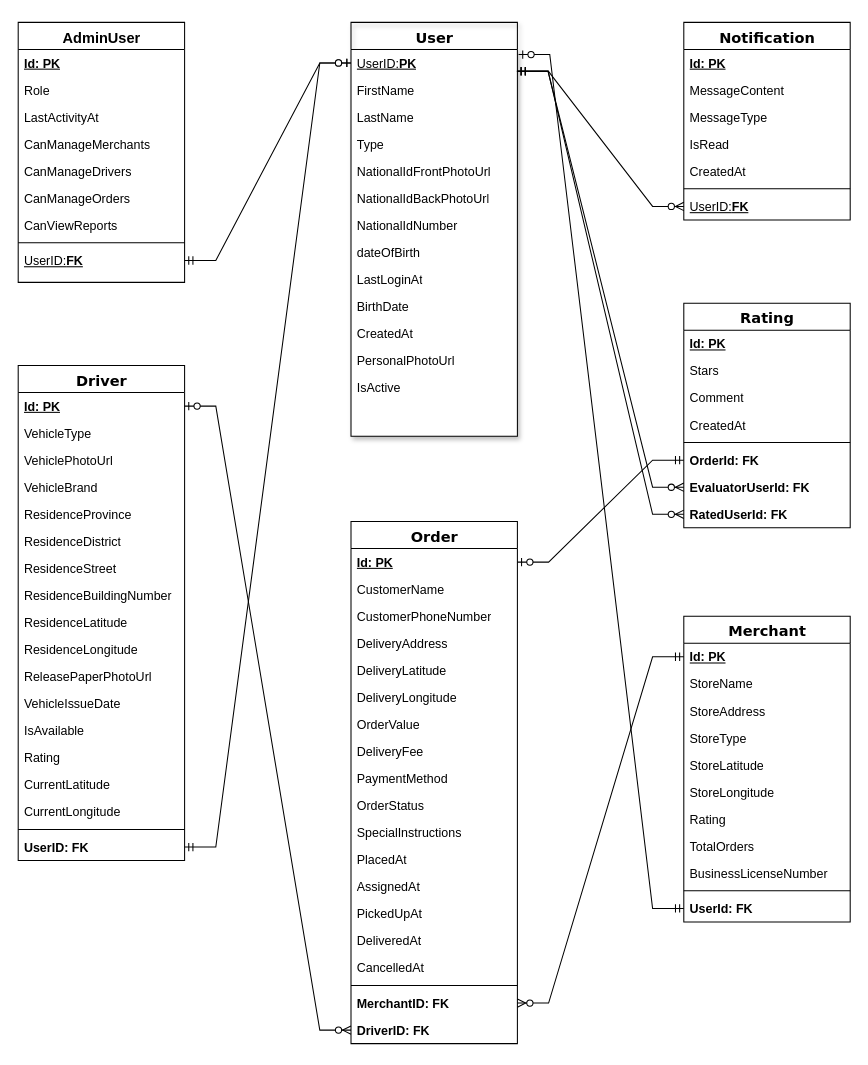
Above: Media/OrderDeliverySchema.drawio in WaelAlfnan/OrderDelivery (draw.io), before the change. Source tidied: cells renumbered, new cells numbered last; positions are measured from the earlier drawing's top-left corner, leaving out a move shared by most shapes. Both pictures are drawn from the tidied source at 104%, with x=0, y=0 at pixel (18, 22).
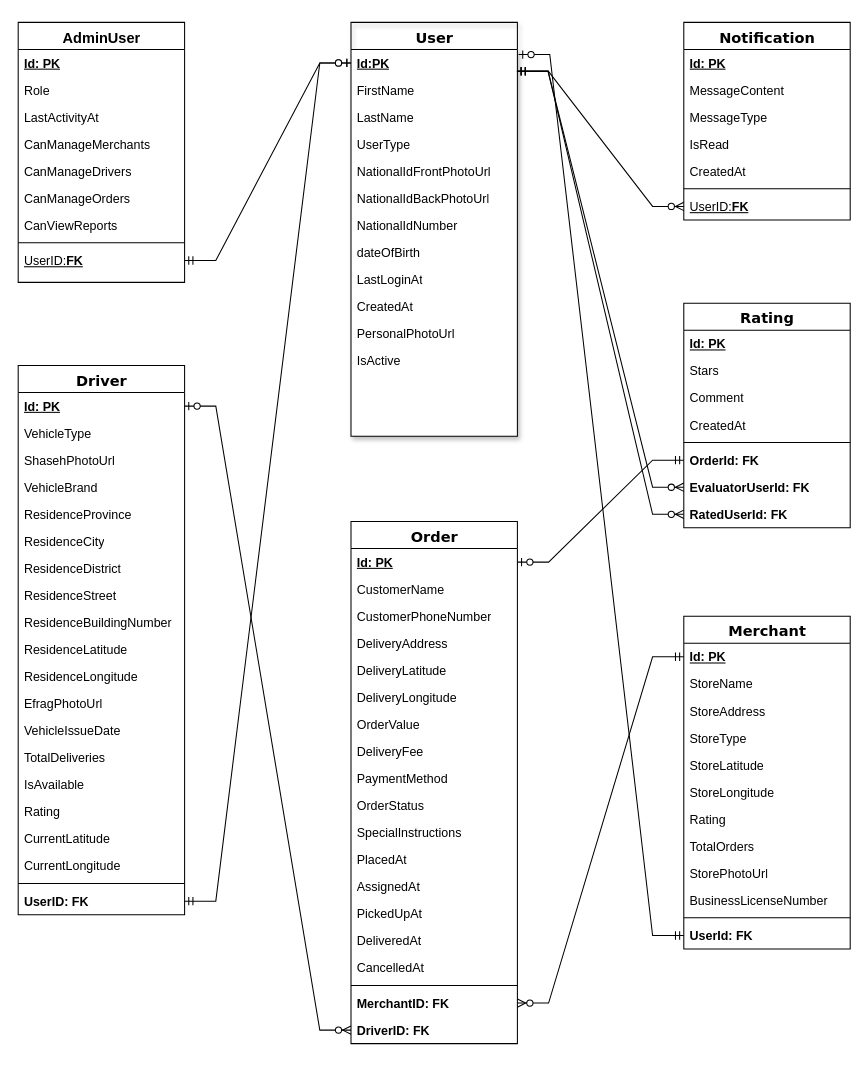
After the change.

Commit message (it also covers changes not shown here):
Updated the ERD & the Schema

Unchanged cells that the change refers to:
```xml
<mxCell id="2" value="&lt;font style=&quot;font-size: 14px;&quot;&gt;User&lt;/font&gt;" style="swimlane;html=1;fontStyle=1;align=center;verticalAlign=top;horizontal=1;startSize=26;swimlaneFillColor=#ffffff;rounded=0;shadow=1;comic=0;labelBackgroundColor=none;strokeWidth=1;fillColor=none;fontFamily=Verdana;fontSize=12;" parent="1" vertex="1">
  <mxGeometry x="320" width="160" height="398" as="geometry" />
</mxCell>
```

What changed in the source:
```diff
@@
-    <mxCell id="3" value="&lt;u&gt;UserID:&lt;b&gt;PK&lt;/b&gt;&lt;/u&gt;" style="text;html=1;strokeColor=none;fillColor=none;align=left;verticalAlign=top;spacingLeft=4;spacingRight=4;whiteSpace=wrap;overflow=hidden;points=[[0,0.5],[1,0.5]];portConstraint=eastwest;" parent="2" vertex="1">
+    <mxCell id="3" value="&lt;u&gt;&lt;b&gt;Id:PK&lt;/b&gt;&lt;/u&gt;" style="text;html=1;strokeColor=none;fillColor=none;align=left;verticalAlign=top;spacingLeft=4;spacingRight=4;whiteSpace=wrap;overflow=hidden;points=[[0,0.5],[1,0.5]];portConstraint=eastwest;" parent="2" vertex="1">
       <mxGeometry y="26" width="160" height="26" as="geometry" />
     </mxCell>
@@
-    <mxCell id="6" value="Type" style="text;html=1;strokeColor=none;fillColor=none;align=left;verticalAlign=top;spacingLeft=4;spacingRight=4;whiteSpace=wrap;overflow=hidden;" parent="2" vertex="1">
+    <mxCell id="6" value="UserType" style="text;html=1;strokeColor=none;fillColor=none;align=left;verticalAlign=top;spacingLeft=4;spacingRight=4;whiteSpace=wrap;overflow=hidden;" parent="2" vertex="1">
       <mxGeometry y="104" width="160" height="26" as="geometry" />
     </mxCell>
@@
-    <mxCell id="12" value="BirthDate" style="text;html=1;strokeColor=none;fillColor=none;align=left;verticalAlign=top;spacingLeft=4;spacingRight=4;whiteSpace=wrap;overflow=hidden;" parent="2" vertex="1">
-      <mxGeometry y="260" width="160" height="26" as="geometry" />
-    </mxCell>
     <mxCell id="13" value="&lt;span style=&quot;text-align: center;&quot;&gt;CreatedAt&lt;/span&gt;" style="text;html=1;strokeColor=none;fillColor=none;align=left;verticalAlign=top;spacingLeft=4;spacingRight=4;whiteSpace=wrap;overflow=hidden;" parent="2" vertex="1">
-      <mxGeometry y="286" width="160" height="26" as="geometry" />
+      <mxGeometry y="260" width="160" height="26" as="geometry" />
     </mxCell>
     <mxCell id="14" value="&lt;span style=&quot;text-align: center;&quot;&gt;PersonalPhotoUrl&lt;/span&gt;" style="text;html=1;strokeColor=none;fillColor=none;align=left;verticalAlign=top;spacingLeft=4;spacingRight=4;whiteSpace=wrap;overflow=hidden;" parent="2" vertex="1">
-      <mxGeometry y="312" width="160" height="26" as="geometry" />
+      <mxGeometry y="286" width="160" height="26" as="geometry" />
     </mxCell>
     <mxCell id="15" value="&lt;span style=&quot;text-align: center;&quot;&gt;IsActive&lt;/span&gt;" style="text;html=1;strokeColor=none;fillColor=none;align=left;verticalAlign=top;spacingLeft=4;spacingRight=4;whiteSpace=wrap;overflow=hidden;" parent="2" vertex="1">
-      <mxGeometry y="338" width="160" height="26" as="geometry" />
+      <mxGeometry y="312" width="160" height="26" as="geometry" />
     </mxCell>
@@
     <mxCell id="45" value="&lt;font style=&quot;font-size: 14px;&quot;&gt;Driver&lt;/font&gt;" style="swimlane;html=1;fontStyle=1;align=center;verticalAlign=top;horizontal=1;startSize=26;swimlaneFillColor=#ffffff;rounded=0;shadow=0;comic=0;labelBackgroundColor=none;strokeWidth=1;fillColor=none;fontFamily=Verdana;fontSize=12;" parent="1" vertex="1">
-      <mxGeometry y="330" width="160" height="476" as="geometry" />
+      <mxGeometry y="330" width="160" height="528" as="geometry" />
     </mxCell>
@@
-    <mxCell id="48" value="VehiclePhotoUrl  " style="text;html=1;strokeColor=none;fillColor=none;align=left;verticalAlign=top;spacingLeft=4;spacingRight=4;whiteSpace=wrap;overflow=hidden;" parent="45" vertex="1">
+    <mxCell id="48" value="ShasehPhotoUrl  " style="text;html=1;strokeColor=none;fillColor=none;align=left;verticalAlign=top;spacingLeft=4;spacingRight=4;whiteSpace=wrap;overflow=hidden;" parent="45" vertex="1">
       <mxGeometry y="78" width="160" height="26" as="geometry" />
     </mxCell>
@@
+    <mxCell id="103" value="ResidenceCity" style="text;html=1;strokeColor=none;fillColor=none;align=left;verticalAlign=top;spacingLeft=4;spacingRight=4;whiteSpace=wrap;overflow=hidden;" parent="45" vertex="1">
+      <mxGeometry y="156" width="160" height="26" as="geometry" />
+    </mxCell>
     <mxCell id="51" value="ResidenceDistrict  " style="text;html=1;strokeColor=none;fillColor=none;align=left;verticalAlign=top;spacingLeft=4;spacingRight=4;whiteSpace=wrap;overflow=hidden;" parent="45" vertex="1">
-      <mxGeometry y="156" width="160" height="26" as="geometry" />
+      <mxGeometry y="182" width="160" height="26" as="geometry" />
     </mxCell>
     <mxCell id="52" value="ResidenceStreet  " style="text;html=1;strokeColor=none;fillColor=none;align=left;verticalAlign=top;spacingLeft=4;spacingRight=4;whiteSpace=wrap;overflow=hidden;" parent="45" vertex="1">
-      <mxGeometry y="182" width="160" height="26" as="geometry" />
+      <mxGeometry y="208" width="160" height="26" as="geometry" />
     </mxCell>
     <mxCell id="53" value="ResidenceBuildingNumber  " style="text;html=1;strokeColor=none;fillColor=none;align=left;verticalAlign=top;spacingLeft=4;spacingRight=4;whiteSpace=wrap;overflow=hidden;" parent="45" vertex="1">
-      <mxGeometry y="208" width="160" height="26" as="geometry" />
+      <mxGeometry y="234" width="160" height="26" as="geometry" />
     </mxCell>
     <mxCell id="54" value="ResidenceLatitude  " style="text;html=1;strokeColor=none;fillColor=none;align=left;verticalAlign=top;spacingLeft=4;spacingRight=4;whiteSpace=wrap;overflow=hidden;" parent="45" vertex="1">
-      <mxGeometry y="234" width="160" height="26" as="geometry" />
+      <mxGeometry y="260" width="160" height="26" as="geometry" />
     </mxCell>
     <mxCell id="55" value="ResidenceLongitude  " style="text;html=1;strokeColor=none;fillColor=none;align=left;verticalAlign=top;spacingLeft=4;spacingRight=4;whiteSpace=wrap;overflow=hidden;" parent="45" vertex="1">
-      <mxGeometry y="260" width="160" height="26" as="geometry" />
+      <mxGeometry y="286" width="160" height="26" as="geometry" />
     </mxCell>
-    <mxCell id="56" value="ReleasePaperPhotoUrl  " style="text;html=1;strokeColor=none;fillColor=none;align=left;verticalAlign=top;spacingLeft=4;spacingRight=4;whiteSpace=wrap;overflow=hidden;" parent="45" vertex="1">
-      <mxGeometry y="286" width="160" height="26" as="geometry" />
+    <mxCell id="56" value="EfragPhotoUrl  " style="text;html=1;strokeColor=none;fillColor=none;align=left;verticalAlign=top;spacingLeft=4;spacingRight=4;whiteSpace=wrap;overflow=hidden;" parent="45" vertex="1">
+      <mxGeometry y="312" width="160" height="26" as="geometry" />
     </mxCell>
     <mxCell id="57" value="VehicleIssueDate  " style="text;html=1;strokeColor=none;fillColor=none;align=left;verticalAlign=top;spacingLeft=4;spacingRight=4;whiteSpace=wrap;overflow=hidden;" parent="45" vertex="1">
-      <mxGeometry y="312" width="160" height="26" as="geometry" />
+      <mxGeometry y="338" width="160" height="26" as="geometry" />
     </mxCell>
+    <mxCell id="104" value="&lt;span style=&quot;text-align: center;&quot;&gt;TotalDeliveries&lt;/span&gt;" style="text;html=1;strokeColor=none;fillColor=none;align=left;verticalAlign=top;spacingLeft=4;spacingRight=4;whiteSpace=wrap;overflow=hidden;" parent="45" vertex="1">
+      <mxGeometry y="364" width="160" height="26" as="geometry" />
+    </mxCell>
     <mxCell id="58" value="IsAvailable   " style="text;html=1;strokeColor=none;fillColor=none;align=left;verticalAlign=top;spacingLeft=4;spacingRight=4;whiteSpace=wrap;overflow=hidden;" parent="45" vertex="1">
-      <mxGeometry y="338" width="160" height="26" as="geometry" />
+      <mxGeometry y="390" width="160" height="26" as="geometry" />
     </mxCell>
     <mxCell id="59" value="Rating  " style="text;html=1;strokeColor=none;fillColor=none;align=left;verticalAlign=top;spacingLeft=4;spacingRight=4;whiteSpace=wrap;overflow=hidden;" parent="45" vertex="1">
-      <mxGeometry y="364" width="160" height="26" as="geometry" />
+      <mxGeometry y="416" width="160" height="26" as="geometry" />
     </mxCell>
     <mxCell id="60" value="CurrentLatitude   " style="text;html=1;strokeColor=none;fillColor=none;align=left;verticalAlign=top;spacingLeft=4;spacingRight=4;whiteSpace=wrap;overflow=hidden;" parent="45" vertex="1">
-      <mxGeometry y="390" width="160" height="26" as="geometry" />
+      <mxGeometry y="442" width="160" height="26" as="geometry" />
     </mxCell>
     <mxCell id="61" value="CurrentLongitude   " style="text;html=1;strokeColor=none;fillColor=none;align=left;verticalAlign=top;spacingLeft=4;spacingRight=4;whiteSpace=wrap;overflow=hidden;" parent="45" vertex="1">
-      <mxGeometry y="416" width="160" height="26" as="geometry" />
+      <mxGeometry y="468" width="160" height="26" as="geometry" />
     </mxCell>
     <mxCell id="62" style="line;html=1;strokeWidth=1;fillColor=none;align=left;verticalAlign=middle;spacingTop=-1;spacingLeft=3;spacingRight=3;labelPosition=right;" parent="45" vertex="1">
-      <mxGeometry y="442" width="160" height="8" as="geometry" />
+      <mxGeometry y="494" width="160" height="8" as="geometry" />
     </mxCell>
     <mxCell id="63" value="&lt;b&gt;UserID: FK&lt;/b&gt;" style="text;html=1;strokeColor=none;fillColor=none;align=left;verticalAlign=top;spacingLeft=4;spacingRight=4;whiteSpace=wrap;overflow=hidden;points=[[0,0.5],[1,0.5]];portConstraint=eastwest;" parent="45" vertex="1">
-      <mxGeometry y="450" width="160" height="26" as="geometry" />
+      <mxGeometry y="502" width="160" height="26" as="geometry" />
     </mxCell>
@@
     <mxCell id="83" value="&lt;font style=&quot;font-size: 14px;&quot;&gt;Merchant&lt;/font&gt;" style="swimlane;html=1;fontStyle=1;align=center;verticalAlign=top;horizontal=1;startSize=26;swimlaneFillColor=#ffffff;rounded=0;shadow=0;comic=0;labelBackgroundColor=none;strokeWidth=1;fillColor=none;fontFamily=Verdana;fontSize=12;" parent="1" vertex="1">
-      <mxGeometry x="640" y="571" width="160" height="294" as="geometry" />
+      <mxGeometry x="640" y="571" width="160" height="320" as="geometry" />
     </mxCell>
@@
+    <mxCell id="105" value="&lt;span style=&quot;text-align: center;&quot;&gt;StorePhotoUrl&lt;/span&gt;" style="text;html=1;strokeColor=none;fillColor=none;align=left;verticalAlign=top;spacingLeft=4;spacingRight=4;whiteSpace=wrap;overflow=hidden;" parent="83" vertex="1">
+      <mxGeometry y="234" width="160" height="26" as="geometry" />
+    </mxCell>
     <mxCell id="92" value="BusinessLicenseNumber  " style="text;html=1;strokeColor=none;fillColor=none;align=left;verticalAlign=top;spacingLeft=4;spacingRight=4;whiteSpace=wrap;overflow=hidden;" parent="83" vertex="1">
-      <mxGeometry y="234" width="160" height="26" as="geometry" />
+      <mxGeometry y="260" width="160" height="26" as="geometry" />
     </mxCell>
     <mxCell id="93" style="line;html=1;strokeWidth=1;fillColor=none;align=left;verticalAlign=middle;spacingTop=-1;spacingLeft=3;spacingRight=3;labelPosition=right;" parent="83" vertex="1">
-      <mxGeometry y="260" width="160" height="8" as="geometry" />
+      <mxGeometry y="286" width="160" height="8" as="geometry" />
     </mxCell>
     <mxCell id="94" value="&lt;b&gt;UserId: FK&lt;/b&gt;" style="text;html=1;strokeColor=none;fillColor=none;align=left;verticalAlign=top;spacingLeft=4;spacingRight=4;whiteSpace=wrap;overflow=hidden;points=[[0,0.5],[1,0.5]];portConstraint=eastwest;" parent="83" vertex="1">
-      <mxGeometry y="268" width="160" height="26" as="geometry" />
+      <mxGeometry y="294" width="160" height="26" as="geometry" />
     </mxCell>
```
